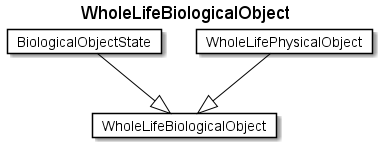
The PlantUML diagram fragments/diagrams/WholeLifeBiologicalObject.png in rtigran/rdf2adoc, before a commit.
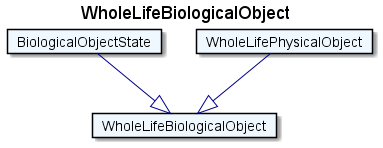
Above is the later version.

Change to the diagram source:
```diff
@@ -1,15 +1,15 @@
 @startuml
 Title WholeLifeBiologicalObject
 
-Card WholeLifeBiologicalObject #fff [
+Card WholeLifeBiologicalObject #F0F8FF [
 WholeLifeBiologicalObject
 ]
-Card BiologicalObjectState #fff [
+Card BiologicalObjectState #F0F8FF [
 BiologicalObjectState
 ]
-BiologicalObjectState --|> WholeLifeBiologicalObject  #000
-Card WholeLifePhysicalObject #fff [
+BiologicalObjectState --|> WholeLifeBiologicalObject  #00008B
+Card WholeLifePhysicalObject #F0F8FF [
 WholeLifePhysicalObject
 ]
-WholeLifePhysicalObject --|> WholeLifeBiologicalObject  #000
+WholeLifePhysicalObject --|> WholeLifeBiologicalObject  #00008B
 @enduml
```
